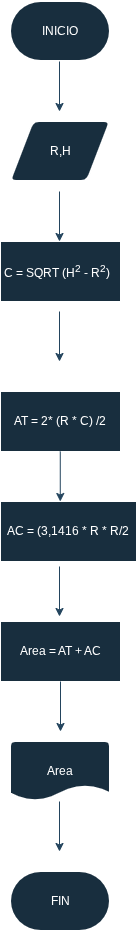
Before: Ejercicio_6_Lucas.png, a diagram exported from draw.io (lucri1384/Pensamiento-computacional). Source tidied: cells renumbered, new cells last; positions are measured from the earlier drawing's top-left corner, leaving out a move shared by most shapes. Its diagram source:
```xml
<mxGraphModel background="light-dark(#ffffff, #fff0f0)">
  <root>
    <mxCell id="0" />
    <mxCell id="1" parent="0" />
    <mxCell id="2" value="INICIO" style="strokeWidth=2;html=1;shape=mxgraph.flowchart.terminator;whiteSpace=wrap;strokeColor=#FFFFFF;fontColor=#FFFFFF;fillColor=#182E3E;" parent="1" vertex="1">
      <mxGeometry x="10" width="100" height="60" as="geometry" />
    </mxCell>
    <mxCell id="3" value="R,H" style="shape=parallelogram;html=1;strokeWidth=2;perimeter=parallelogramPerimeter;whiteSpace=wrap;rounded=1;arcSize=12;size=0.23;strokeColor=#FFFFFF;fontColor=#FFFFFF;fillColor=#182E3E;" parent="1" vertex="1">
      <mxGeometry x="10" y="120" width="100" height="60" as="geometry" />
    </mxCell>
    <mxCell id="4" value="C = SQRT (H&lt;sup&gt;2&lt;/sup&gt; - R&lt;sup&gt;2&lt;/sup&gt;)&lt;sup&gt;&amp;nbsp;&amp;nbsp;&lt;/sup&gt;" style="rounded=0;whiteSpace=wrap;html=1;strokeColor=#FFFFFF;fontColor=#FFFFFF;fillColor=#182E3E;" parent="1" vertex="1">
      <mxGeometry y="240" width="120" height="60" as="geometry" />
    </mxCell>
    <mxCell id="5" style="endArrow=classic;html=1;rounded=0;strokeColor=#23445D;" parent="1" edge="1">
      <mxGeometry relative="1" as="geometry">
        <mxPoint x="59" y="60" as="sourcePoint" />
        <mxPoint x="59" y="110" as="targetPoint" />
      </mxGeometry>
    </mxCell>
    <mxCell id="6" style="endArrow=classic;html=1;rounded=0;strokeColor=#23445D;" parent="1" edge="1">
      <mxGeometry relative="1" as="geometry">
        <mxPoint x="59" y="190" as="sourcePoint" />
        <mxPoint x="59" y="240" as="targetPoint" />
      </mxGeometry>
    </mxCell>
    <mxCell id="7" style="endArrow=classic;html=1;rounded=0;strokeColor=#23445D;" parent="1" edge="1">
      <mxGeometry relative="1" as="geometry">
        <mxPoint x="59" y="310" as="sourcePoint" />
        <mxPoint x="59" y="360" as="targetPoint" />
      </mxGeometry>
    </mxCell>
    <mxCell id="8" value="AT = 2* (R * C) /2" style="rounded=0;whiteSpace=wrap;html=1;strokeColor=#FFFFFF;fontColor=#FFFFFF;fillColor=#182E3E;" parent="1" vertex="1">
      <mxGeometry y="390" width="120" height="60" as="geometry" />
    </mxCell>
    <mxCell id="9" value="AC = (3,1416 * R * R/2" style="rounded=0;whiteSpace=wrap;html=1;strokeColor=#FFFFFF;fontColor=#FFFFFF;fillColor=#182E3E;" parent="1" vertex="1">
      <mxGeometry y="500" width="136" height="60" as="geometry" />
    </mxCell>
    <mxCell id="10" value="Area = AT + AC" style="rounded=0;whiteSpace=wrap;html=1;strokeColor=#FFFFFF;fontColor=#FFFFFF;fillColor=#182E3E;" parent="1" vertex="1">
      <mxGeometry y="620" width="120" height="60" as="geometry" />
    </mxCell>
    <mxCell id="11" value="Area" style="strokeWidth=2;html=1;shape=mxgraph.flowchart.document2;whiteSpace=wrap;size=0.25;strokeColor=#FFFFFF;fontColor=#FFFFFF;fillColor=#182E3E;" parent="1" vertex="1">
      <mxGeometry x="10" y="740" width="100" height="60" as="geometry" />
    </mxCell>
    <mxCell id="12" value="FIN" style="strokeWidth=2;html=1;shape=mxgraph.flowchart.terminator;whiteSpace=wrap;strokeColor=#FFFFFF;fontColor=#FFFFFF;fillColor=#182E3E;" parent="1" vertex="1">
      <mxGeometry x="10" y="870" width="100" height="60" as="geometry" />
    </mxCell>
    <mxCell id="13" style="endArrow=classic;html=1;rounded=0;strokeColor=#23445D;" parent="1" edge="1">
      <mxGeometry relative="1" as="geometry">
        <mxPoint x="59.8" y="450" as="sourcePoint" />
        <mxPoint x="59.8" y="500" as="targetPoint" />
      </mxGeometry>
    </mxCell>
    <mxCell id="14" style="endArrow=classic;html=1;rounded=0;strokeColor=#23445D;" parent="1" edge="1">
      <mxGeometry relative="1" as="geometry">
        <mxPoint x="59" y="565" as="sourcePoint" />
        <mxPoint x="59" y="615" as="targetPoint" />
      </mxGeometry>
    </mxCell>
    <mxCell id="15" style="endArrow=classic;html=1;rounded=0;strokeColor=#23445D;" parent="1" edge="1">
      <mxGeometry relative="1" as="geometry">
        <mxPoint x="60" y="680" as="sourcePoint" />
        <mxPoint x="60" y="730" as="targetPoint" />
      </mxGeometry>
    </mxCell>
    <mxCell id="16" style="endArrow=classic;html=1;rounded=0;strokeColor=#23445D;" parent="1" edge="1">
      <mxGeometry relative="1" as="geometry">
        <mxPoint x="59" y="800" as="sourcePoint" />
        <mxPoint x="59" y="850" as="targetPoint" />
      </mxGeometry>
    </mxCell>
  </root>
</mxGraphModel>
```
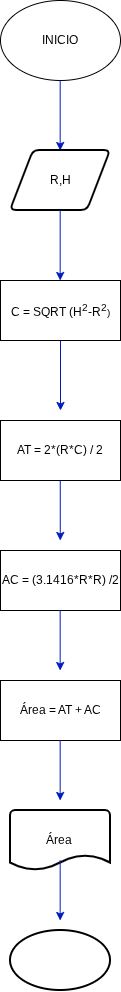
After the change.

The edit, as a diff of the source:
```diff
@@ -1,72 +1,87 @@
-<mxGraphModel background="light-dark(#ffffff, #fff0f0)">
+<mxGraphModel>
   <root>
     <mxCell id="0" />
     <mxCell id="1" parent="0" />
-    <mxCell id="2" value="INICIO" style="strokeWidth=2;html=1;shape=mxgraph.flowchart.terminator;whiteSpace=wrap;strokeColor=#FFFFFF;fontColor=#FFFFFF;fillColor=#182E3E;" parent="1" vertex="1">
-      <mxGeometry x="10" width="100" height="60" as="geometry" />
+    <mxCell id="2" value="INICIO" style="ellipse;whiteSpace=wrap;html=1;" parent="1" vertex="1">
+      <mxGeometry x="26" y="-20" width="120" height="80" as="geometry" />
     </mxCell>
+    <mxCell id="17" style="endArrow=classic;html=1;rounded=0;fillColor=#0050ef;strokeColor=#001DBC;" parent="1" edge="1">
+      <mxGeometry relative="1" as="geometry">
+        <mxPoint x="85.7" y="60" as="sourcePoint" />
+        <mxPoint x="85.7" y="130" as="targetPoint" />
+      </mxGeometry>
+    </mxCell>
-    <mxCell id="3" value="R,H" style="shape=parallelogram;html=1;strokeWidth=2;perimeter=parallelogramPerimeter;whiteSpace=wrap;rounded=1;arcSize=12;size=0.23;strokeColor=#FFFFFF;fontColor=#FFFFFF;fillColor=#182E3E;" parent="1" vertex="1">
-      <mxGeometry x="10" y="120" width="100" height="60" as="geometry" />
+    <mxCell id="3" value="R,H" style="shape=parallelogram;html=1;strokeWidth=2;perimeter=parallelogramPerimeter;whiteSpace=wrap;rounded=1;arcSize=12;size=0.23;" parent="1" vertex="1">
+      <mxGeometry x="36" y="130" width="100" height="60" as="geometry" />
     </mxCell>
-    <mxCell id="4" value="C = SQRT (H&lt;sup&gt;2&lt;/sup&gt; - R&lt;sup&gt;2&lt;/sup&gt;)&lt;sup&gt;&amp;nbsp;&amp;nbsp;&lt;/sup&gt;" style="rounded=0;whiteSpace=wrap;html=1;strokeColor=#FFFFFF;fontColor=#FFFFFF;fillColor=#182E3E;" parent="1" vertex="1">
-      <mxGeometry y="240" width="120" height="60" as="geometry" />
-    </mxCell>
-    <mxCell id="5" style="endArrow=classic;html=1;rounded=0;strokeColor=#23445D;" parent="1" edge="1">
-      <mxGeometry relative="1" as="geometry">
-        <mxPoint x="59" y="60" as="sourcePoint" />
-        <mxPoint x="59" y="110" as="targetPoint" />
-      </mxGeometry>
-    </mxCell>
-    <mxCell id="6" style="endArrow=classic;html=1;rounded=0;strokeColor=#23445D;" parent="1" edge="1">
-      <mxGeometry relative="1" as="geometry">
-        <mxPoint x="59" y="190" as="sourcePoint" />
-        <mxPoint x="59" y="240" as="targetPoint" />
-      </mxGeometry>
-    </mxCell>
-    <mxCell id="7" style="endArrow=classic;html=1;rounded=0;strokeColor=#23445D;" parent="1" edge="1">
-      <mxGeometry relative="1" as="geometry">
-        <mxPoint x="59" y="310" as="sourcePoint" />
-        <mxPoint x="59" y="360" as="targetPoint" />
-      </mxGeometry>
-    </mxCell>
-    <mxCell id="8" value="AT = 2* (R * C) /2" style="rounded=0;whiteSpace=wrap;html=1;strokeColor=#FFFFFF;fontColor=#FFFFFF;fillColor=#182E3E;" parent="1" vertex="1">
-      <mxGeometry y="390" width="120" height="60" as="geometry" />
-    </mxCell>
-    <mxCell id="9" value="AC = (3,1416 * R * R/2" style="rounded=0;whiteSpace=wrap;html=1;strokeColor=#FFFFFF;fontColor=#FFFFFF;fillColor=#182E3E;" parent="1" vertex="1">
-      <mxGeometry y="500" width="136" height="60" as="geometry" />
-    </mxCell>
-    <mxCell id="10" value="Area = AT + AC" style="rounded=0;whiteSpace=wrap;html=1;strokeColor=#FFFFFF;fontColor=#FFFFFF;fillColor=#182E3E;" parent="1" vertex="1">
-      <mxGeometry y="620" width="120" height="60" as="geometry" />
-    </mxCell>
-    <mxCell id="11" value="Area" style="strokeWidth=2;html=1;shape=mxgraph.flowchart.document2;whiteSpace=wrap;size=0.25;strokeColor=#FFFFFF;fontColor=#FFFFFF;fillColor=#182E3E;" parent="1" vertex="1">
-      <mxGeometry x="10" y="740" width="100" height="60" as="geometry" />
-    </mxCell>
-    <mxCell id="12" value="FIN" style="strokeWidth=2;html=1;shape=mxgraph.flowchart.terminator;whiteSpace=wrap;strokeColor=#FFFFFF;fontColor=#FFFFFF;fillColor=#182E3E;" parent="1" vertex="1">
-      <mxGeometry x="10" y="870" width="100" height="60" as="geometry" />
-    </mxCell>
-    <mxCell id="13" style="endArrow=classic;html=1;rounded=0;strokeColor=#23445D;" parent="1" edge="1">
-      <mxGeometry relative="1" as="geometry">
-        <mxPoint x="59.8" y="450" as="sourcePoint" />
-        <mxPoint x="59.8" y="500" as="targetPoint" />
-      </mxGeometry>
-    </mxCell>
-    <mxCell id="14" style="endArrow=classic;html=1;rounded=0;strokeColor=#23445D;" parent="1" edge="1">
-      <mxGeometry relative="1" as="geometry">
-        <mxPoint x="59" y="565" as="sourcePoint" />
-        <mxPoint x="59" y="615" as="targetPoint" />
-      </mxGeometry>
-    </mxCell>
-    <mxCell id="15" style="endArrow=classic;html=1;rounded=0;strokeColor=#23445D;" parent="1" edge="1">
-      <mxGeometry relative="1" as="geometry">
-        <mxPoint x="60" y="680" as="sourcePoint" />
-        <mxPoint x="60" y="730" as="targetPoint" />
-      </mxGeometry>
-    </mxCell>
-    <mxCell id="16" style="endArrow=classic;html=1;rounded=0;strokeColor=#23445D;" parent="1" edge="1">
-      <mxGeometry relative="1" as="geometry">
-        <mxPoint x="59" y="800" as="sourcePoint" />
-        <mxPoint x="59" y="850" as="targetPoint" />
-      </mxGeometry>
-    </mxCell>
+    <mxCell id="18" style="endArrow=classic;html=1;rounded=0;fillColor=#0050ef;strokeColor=#001DBC;" parent="1" edge="1">
+      <mxGeometry relative="1" as="geometry">
+        <mxPoint x="85.7" y="190" as="sourcePoint" />
+        <mxPoint x="85.7" y="260" as="targetPoint" />
+      </mxGeometry>
+    </mxCell>
+    <mxCell id="19" style="edgeStyle=orthogonalEdgeStyle;rounded=0;jettySize=auto;html=1;fillColor=#0050ef;strokeColor=#001DBC;" parent="1" edge="1" source="20">
+      <mxGeometry relative="1" as="geometry">
+        <mxPoint x="86" y="390" as="targetPoint" />
+      </mxGeometry>
+    </mxCell>
+    <mxCell id="20" value="C = SQRT (H&lt;sup&gt;2&lt;/sup&gt;-R&lt;sup&gt;2&lt;/sup&gt;&lt;span style=&quot;font-size: 10px;&quot;&gt;)&lt;/span&gt;" style="rounded=0;whiteSpace=wrap;html=1;" parent="1" vertex="1">
+      <mxGeometry x="26" y="260" width="120" height="60" as="geometry" />
+    </mxCell>
+    <mxCell id="21" style="edgeStyle=orthogonalEdgeStyle;rounded=0;orthogonalLoop=1;jettySize=auto;html=1;fillColor=#0050ef;strokeColor=#001DBC;" parent="1" edge="1">
+      <mxGeometry relative="1" as="geometry">
+        <mxPoint x="85.8" y="460" as="sourcePoint" />
+        <mxPoint x="85.8" y="520" as="targetPoint" />
+        <Array as="points">
+          <mxPoint x="85.8" y="460" />
+          <mxPoint x="85.8" y="460" />
+        </Array>
+      </mxGeometry>
+    </mxCell>
+    <mxCell id="22" value="AT = 2*(R*C) / 2" style="rounded=0;whiteSpace=wrap;html=1;" parent="1" vertex="1">
+      <mxGeometry x="26" y="400" width="120" height="60" as="geometry" />
+    </mxCell>
+    <mxCell id="23" value="AC = (3.1416*R*R) /2" style="rounded=0;whiteSpace=wrap;html=1;" parent="1" vertex="1">
+      <mxGeometry x="26" y="530" width="120" height="60" as="geometry" />
+    </mxCell>
+    <mxCell id="24" style="edgeStyle=orthogonalEdgeStyle;rounded=0;orthogonalLoop=1;jettySize=auto;html=1;fillColor=#0050ef;strokeColor=#001DBC;" parent="1" edge="1">
+      <mxGeometry relative="1" as="geometry">
+        <mxPoint x="85.7" y="590" as="sourcePoint" />
+        <mxPoint x="85.7" y="650" as="targetPoint" />
+        <Array as="points">
+          <mxPoint x="85.7" y="590" />
+          <mxPoint x="85.7" y="590" />
+        </Array>
+      </mxGeometry>
+    </mxCell>
+    <mxCell id="25" value="Área = AT + AC" style="rounded=0;whiteSpace=wrap;html=1;" parent="1" vertex="1">
+      <mxGeometry x="26" y="660" width="120" height="60" as="geometry" />
+    </mxCell>
+    <mxCell id="26" style="edgeStyle=orthogonalEdgeStyle;rounded=0;orthogonalLoop=1;jettySize=auto;html=1;fillColor=#0050ef;strokeColor=#001DBC;" parent="1" edge="1">
+      <mxGeometry relative="1" as="geometry">
+        <mxPoint x="85.7" y="720" as="sourcePoint" />
+        <mxPoint x="85.7" y="780" as="targetPoint" />
+        <Array as="points">
+          <mxPoint x="85.7" y="720" />
+          <mxPoint x="85.7" y="720" />
+        </Array>
+      </mxGeometry>
+    </mxCell>
+    <mxCell id="27" value="Área&amp;nbsp;" style="strokeWidth=2;html=1;shape=mxgraph.flowchart.document2;whiteSpace=wrap;size=0.25;" parent="1" vertex="1">
+      <mxGeometry x="36" y="790" width="100" height="60" as="geometry" />
+    </mxCell>
+    <mxCell id="28" style="edgeStyle=orthogonalEdgeStyle;rounded=0;orthogonalLoop=1;jettySize=auto;html=1;fillColor=#0050ef;strokeColor=#001DBC;" parent="1" edge="1">
+      <mxGeometry relative="1" as="geometry">
+        <mxPoint x="85.7" y="840" as="sourcePoint" />
+        <mxPoint x="85.7" y="900" as="targetPoint" />
+        <Array as="points">
+          <mxPoint x="85.7" y="840" />
+          <mxPoint x="85.7" y="840" />
+        </Array>
+      </mxGeometry>
+    </mxCell>
+    <mxCell id="29" style="strokeWidth=2;html=1;shape=mxgraph.flowchart.start_1;whiteSpace=wrap;" parent="1" vertex="1">
+      <mxGeometry x="36" y="910" width="100" height="60" as="geometry" />
+    </mxCell>
   </root>
 </mxGraphModel>
```
